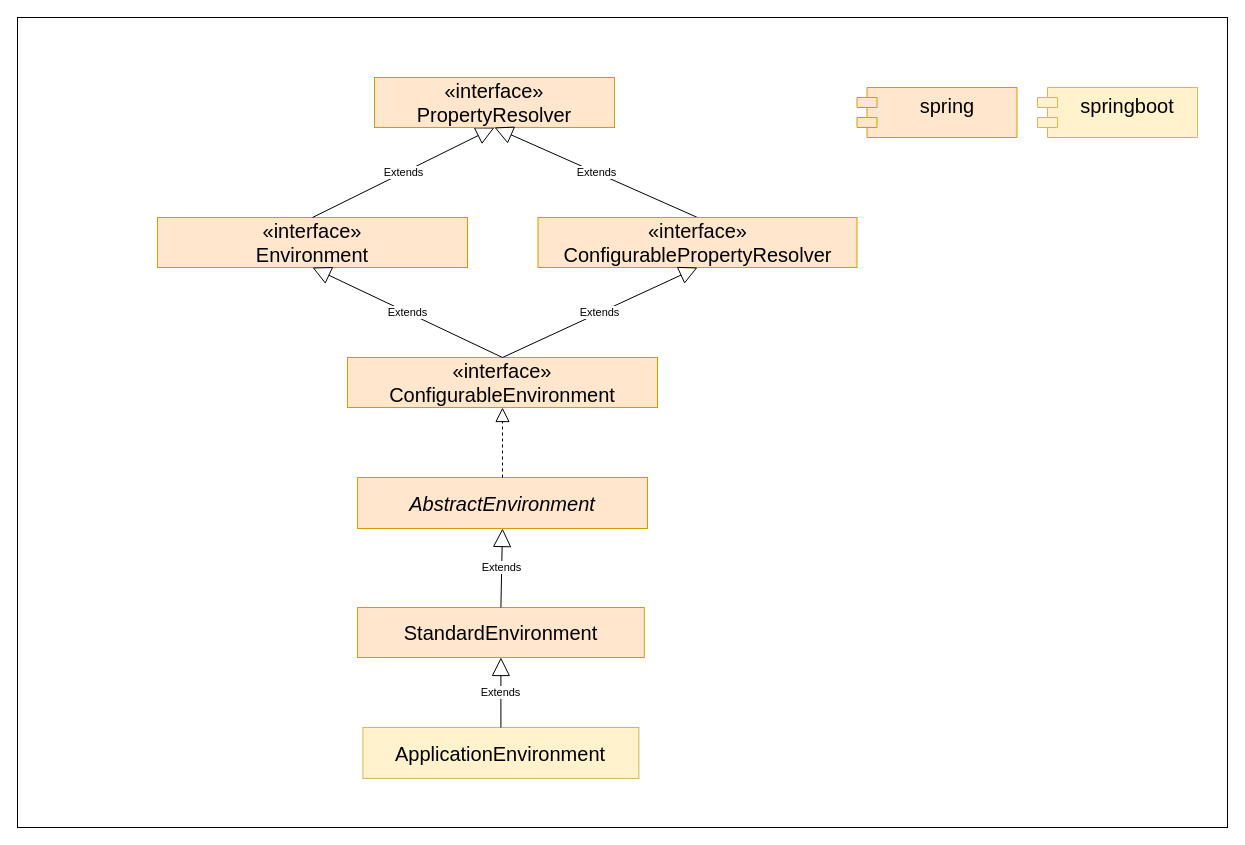
Above: dubbo-learning-doc/drawio/源码分析/1_SpringApplication_run方法/主要类图/Environment类图.drawio in czwer/dubbo-learning (draw.io), before the change. Source tidied: cells renumbered, new cells numbered last; positions are measured from the earlier drawing's top-left corner, leaving out a move shared by most shapes. Both pictures are drawn from the tidied source at 100%, with x=0, y=0 at pixel (17, 17).
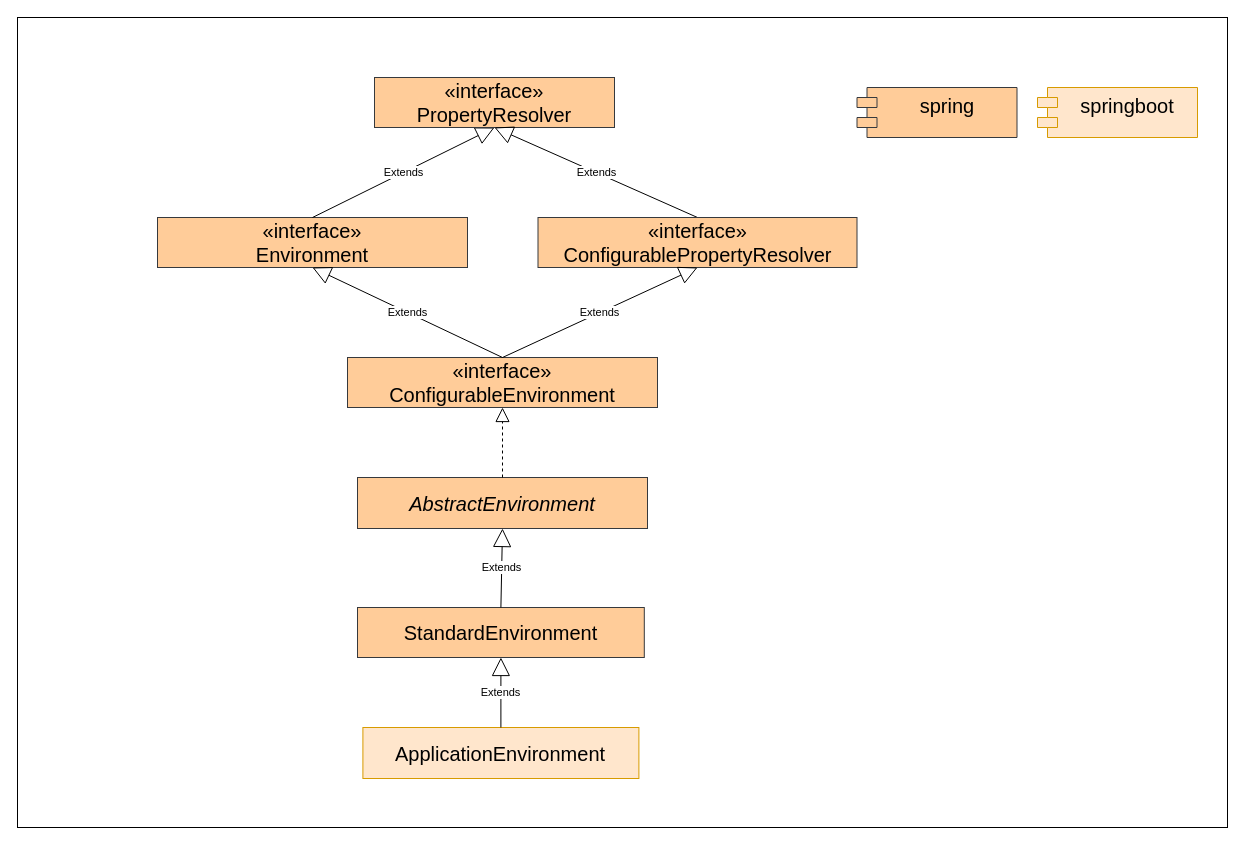
The same page after the edit.

Change to the diagram source:
```diff
@@
 <mxGraphModel>
   <root>
     <mxCell id="0" />
     <mxCell id="1" parent="0" />
     <mxCell id="2" style="rounded=0;whiteSpace=wrap;html=1;" parent="1" vertex="1">
       <mxGeometry width="1210" height="810" as="geometry" />
     </mxCell>
-    <mxCell id="3" value="&lt;div&gt;ApplicationEnvironment&lt;/div&gt;" style="html=1;whiteSpace=wrap;fontSize=20;verticalAlign=middle;align=center;fillColor=#fff2cc;strokeColor=#d6b656;" parent="1" vertex="1">
+    <mxCell id="3" value="&lt;div&gt;ApplicationEnvironment&lt;/div&gt;" style="html=1;whiteSpace=wrap;fontSize=20;verticalAlign=middle;align=center;fillColor=#ffe6cc;strokeColor=#d79b00;" parent="1" vertex="1">
       <mxGeometry x="345.4" y="710" width="276" height="51" as="geometry" />
     </mxCell>
-    <mxCell id="4" value="StandardEnvironment" style="html=1;whiteSpace=wrap;fontSize=20;fillColor=#ffe6cc;strokeColor=#d79b00;" parent="1" vertex="1">
+    <mxCell id="4" value="StandardEnvironment" style="html=1;whiteSpace=wrap;fontSize=20;fillColor=#ffcc99;strokeColor=#36393d;" parent="1" vertex="1">
       <mxGeometry x="340" y="590" width="286.8" height="50" as="geometry" />
     </mxCell>
     <mxCell id="5" value="Extends" style="endArrow=block;endSize=16;endFill=0;html=1;rounded=0;exitX=0.5;exitY=0;exitDx=0;exitDy=0;entryX=0.5;entryY=1;entryDx=0;entryDy=0;" parent="1" edge="1" source="3" target="4">
       <mxGeometry relative="1" as="geometry" />
     </mxCell>
-    <mxCell id="6" value="spring&lt;div&gt;&lt;br&gt;&lt;/div&gt;" style="shape=module;align=left;spacingLeft=20;align=center;verticalAlign=top;whiteSpace=wrap;html=1;fontSize=20;fillColor=#ffe6cc;strokeColor=#d79b00;" parent="1" vertex="1">
+    <mxCell id="6" value="spring&lt;div&gt;&lt;br&gt;&lt;/div&gt;" style="shape=module;align=left;spacingLeft=20;align=center;verticalAlign=top;whiteSpace=wrap;html=1;fontSize=20;fillColor=#ffcc99;strokeColor=#36393d;" parent="1" vertex="1">
       <mxGeometry x="839.5" y="70" width="160" height="50" as="geometry" />
     </mxCell>
-    <mxCell id="7" value="AbstractEnvironment" style="html=1;whiteSpace=wrap;fontSize=20;verticalAlign=middle;align=center;fontStyle=2;fillColor=#ffe6cc;strokeColor=#d79b00;" parent="1" vertex="1">
+    <mxCell id="7" value="AbstractEnvironment" style="html=1;whiteSpace=wrap;fontSize=20;verticalAlign=middle;align=center;fontStyle=2;fillColor=#ffcc99;strokeColor=#36393d;" parent="1" vertex="1">
       <mxGeometry x="340" y="460" width="290" height="51" as="geometry" />
     </mxCell>
     <mxCell id="8" value="Extends" style="endArrow=block;endSize=16;endFill=0;html=1;rounded=0;exitX=0.5;exitY=0;exitDx=0;exitDy=0;entryX=0.5;entryY=1;entryDx=0;entryDy=0;" parent="1" edge="1" source="4" target="7">
       <mxGeometry relative="1" as="geometry" />
     </mxCell>
-    <mxCell id="9" value="«interface»&lt;br&gt;ConfigurableEnvironment" style="html=1;whiteSpace=wrap;fontSize=20;fontStyle=0;fillColor=#ffe6cc;strokeColor=#d79b00;" parent="1" vertex="1">
+    <mxCell id="9" value="«interface»&lt;br&gt;ConfigurableEnvironment" style="html=1;whiteSpace=wrap;fontSize=20;fontStyle=0;fillColor=#ffcc99;strokeColor=#36393d;" parent="1" vertex="1">
       <mxGeometry x="330" y="340" width="310" height="50" as="geometry" />
     </mxCell>
     <mxCell id="10" style="endArrow=block;dashed=1;endFill=0;endSize=12;html=1;rounded=0;exitX=0.5;exitY=0;exitDx=0;exitDy=0;entryX=0.5;entryY=1;entryDx=0;entryDy=0;" parent="1" edge="1" source="7" target="9">
       <mxGeometry relative="1" as="geometry" />
     </mxCell>
-    <mxCell id="11" value="«interface»&lt;br&gt;Environment" style="html=1;whiteSpace=wrap;fontSize=20;fontStyle=0;fillColor=#ffe6cc;strokeColor=#d79b00;" parent="1" vertex="1">
+    <mxCell id="11" value="«interface»&lt;br&gt;Environment" style="html=1;whiteSpace=wrap;fontSize=20;fontStyle=0;fillColor=#ffcc99;strokeColor=#36393d;" parent="1" vertex="1">
       <mxGeometry x="140" y="200" width="310" height="50" as="geometry" />
     </mxCell>
     <mxCell id="12" value="Extends" style="endArrow=block;endSize=16;endFill=0;html=1;rounded=0;exitX=0.5;exitY=0;exitDx=0;exitDy=0;entryX=0.5;entryY=1;entryDx=0;entryDy=0;" parent="1" edge="1" source="9" target="11">
       <mxGeometry relative="1" as="geometry" />
     </mxCell>
     <mxCell id="13" value="Extends" style="endArrow=block;endSize=16;endFill=0;html=1;rounded=0;exitX=0.5;exitY=0;exitDx=0;exitDy=0;entryX=0.5;entryY=1;entryDx=0;entryDy=0;" parent="1" edge="1" source="11" target="14">
       <mxGeometry relative="1" as="geometry" />
     </mxCell>
-    <mxCell id="14" value="«interface»&lt;br&gt;PropertyResolver" style="html=1;whiteSpace=wrap;fontSize=20;fontStyle=0;fillColor=#ffe6cc;strokeColor=#d79b00;" parent="1" vertex="1">
+    <mxCell id="14" value="«interface»&lt;br&gt;PropertyResolver" style="html=1;whiteSpace=wrap;fontSize=20;fontStyle=0;fillColor=#ffcc99;strokeColor=#36393d;" parent="1" vertex="1">
       <mxGeometry x="357" y="60" width="240" height="50" as="geometry" />
     </mxCell>
     <mxCell id="15" value="Extends" style="endArrow=block;endSize=16;endFill=0;html=1;rounded=0;exitX=0.5;exitY=0;exitDx=0;exitDy=0;entryX=0.5;entryY=1;entryDx=0;entryDy=0;" parent="1" edge="1" source="16" target="14">
       <mxGeometry relative="1" as="geometry" />
     </mxCell>
-    <mxCell id="16" value="«interface»&lt;br&gt;ConfigurablePropertyResolver" style="html=1;whiteSpace=wrap;fontSize=20;fontStyle=0;fillColor=#ffe6cc;strokeColor=#d79b00;" parent="1" vertex="1">
+    <mxCell id="16" value="«interface»&lt;br&gt;ConfigurablePropertyResolver" style="html=1;whiteSpace=wrap;fontSize=20;fontStyle=0;fillColor=#ffcc99;strokeColor=#36393d;" parent="1" vertex="1">
       <mxGeometry x="520.5" y="200" width="319" height="50" as="geometry" />
     </mxCell>
     <mxCell id="17" value="Extends" style="endArrow=block;endSize=16;endFill=0;html=1;rounded=0;exitX=0.5;exitY=0;exitDx=0;exitDy=0;entryX=0.5;entryY=1;entryDx=0;entryDy=0;" parent="1" edge="1" source="9" target="16">
       <mxGeometry relative="1" as="geometry" />
     </mxCell>
-    <mxCell id="18" value="springboot&lt;div&gt;&lt;br&gt;&lt;/div&gt;" style="shape=module;align=left;spacingLeft=20;align=center;verticalAlign=top;whiteSpace=wrap;html=1;fontSize=20;fillColor=#fff2cc;strokeColor=#d6b656;" parent="1" vertex="1">
+    <mxCell id="18" value="springboot&lt;div&gt;&lt;br&gt;&lt;/div&gt;" style="shape=module;align=left;spacingLeft=20;align=center;verticalAlign=top;whiteSpace=wrap;html=1;fontSize=20;fillColor=#ffe6cc;strokeColor=#d79b00;" parent="1" vertex="1">
       <mxGeometry x="1020" y="70" width="160" height="50" as="geometry" />
     </mxCell>
   </root>
 </mxGraphModel>
```
